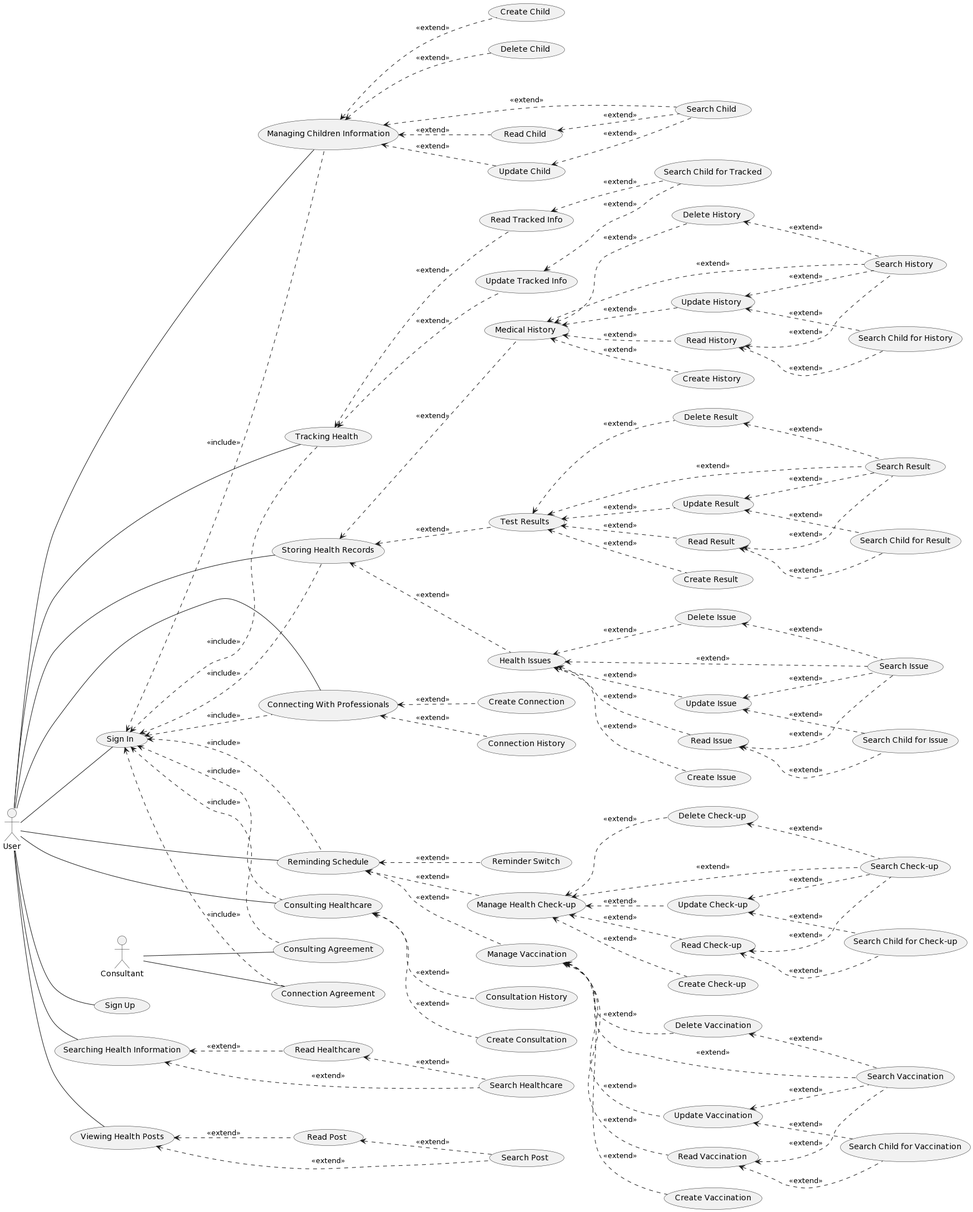
The PlantUML diagram Lab 1/Lab 1.2/usecase/use_case.png in quangnk97/SE357-Pratice-class, before a commit.
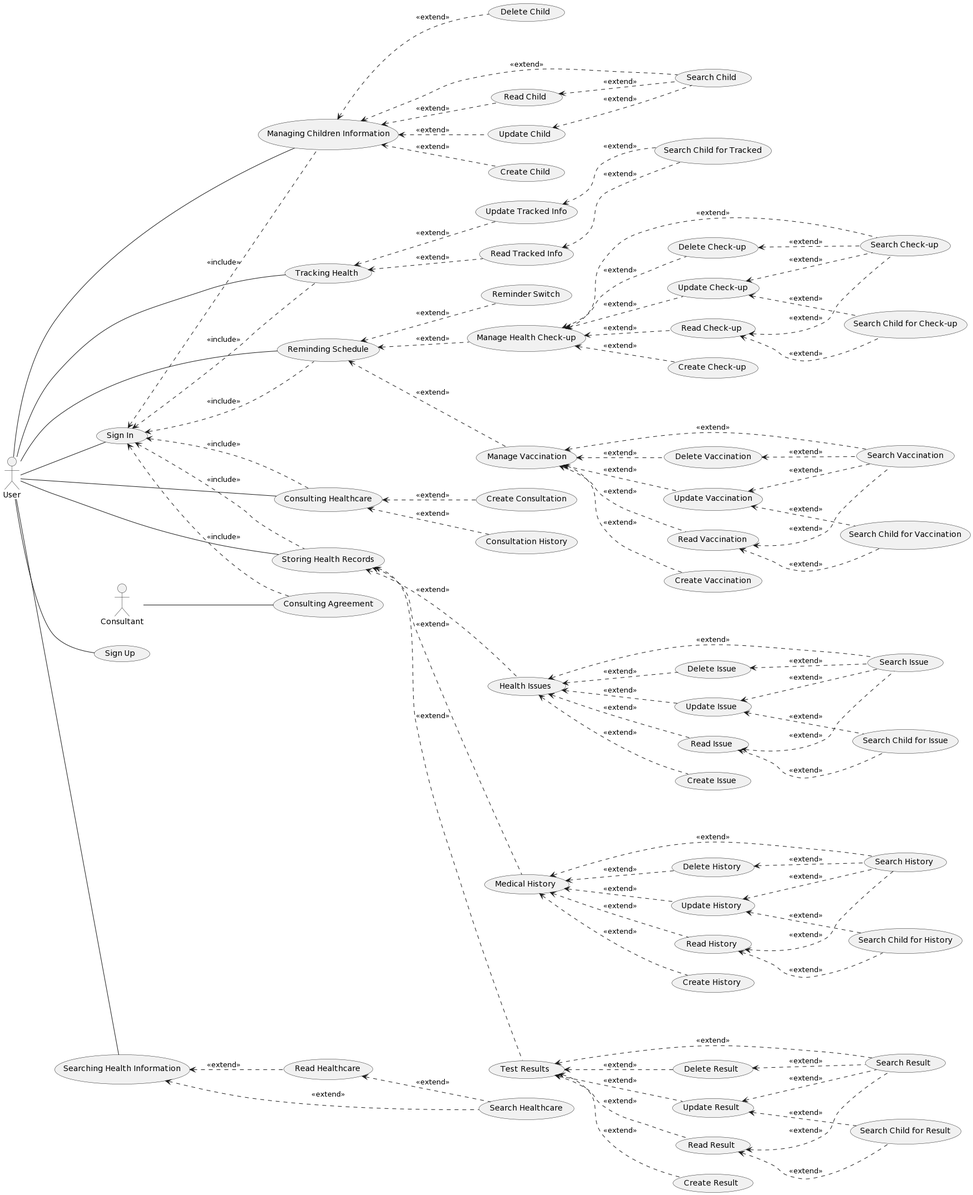
After the commit.

The edit, as a diff of the source:
```diff
@@ -9,9 +9,7 @@
 (Tracking Health) as (UC5)
 (Storing Health Records) as (UC6)
 (Consulting Healthcare) as (UC7)
-(Connecting With Professionals) as (UC8)
 (Reminding Schedule) as (UC9)
-(Viewing Health Posts) as (UC10)
 
 :u: -- (UC1)
 :u: -- (UC2)
@@ -20,15 +18,12 @@
 :u: -- (UC5)
 :u: -- (UC6)
 :u: -- (UC7)
-:u: -- (UC8)
 :u: -- (UC9)
-:u: -- (UC10)
 
 (UC1) <.. (UC4) : <<include>>
 (UC1) <.. (UC5) : <<include>>
 (UC1) <.. (UC6) : <<include>>
 (UC1) <.. (UC7) : <<include>>
-(UC1) <.. (UC8) : <<include>>
 (UC1) <.. (UC9) : <<include>>
 
 (UC3) <.. (Search Healthcare) : <<extend>>
@@ -89,12 +84,10 @@
 (UC7) <.. (Create Consultation) : <<extend>>
 (UC7) <.. (Consultation History) : <<extend>>
 
-(UC8) <.. (Create Connection) : <<extend>>
-(UC8) <.. (Connection History) : <<extend>>
-
 (UC9) <.. (Reminder Switch) : <<extend>>
 (UC9) <.. (Manage Health Check-up) : <<extend>>
 (UC9) <.. (Manage Vaccination) : <<extend>>
+
 
 (Manage Health Check-up) <.. (Search Check-up) : <<extend>>
 (Manage Health Check-up) <.. (Create Check-up) : <<extend>>
@@ -118,15 +111,9 @@
 (Update Vaccination) <.. (Search Child for Vaccination) : <<extend>>
 (Delete Vaccination) <.. (Search Vaccination) : <<extend>>
 
-(UC10) <.. (Search Post) : <<extend>>
-(UC10) <.. (Read Post) : <<extend>>
-(Read Post) <.. (Search Post) : <<extend>>
 
 "Consultant" as c
 (Consulting Agreement) as (UC11)
-(Connection Agreement) as (UC12)
 :c: -- (UC11)
-:c: -- (UC12)
 (UC1) <.. (UC11) : <<include>>
-(UC1) <.. (UC12) : <<include>>
 @enduml
```
